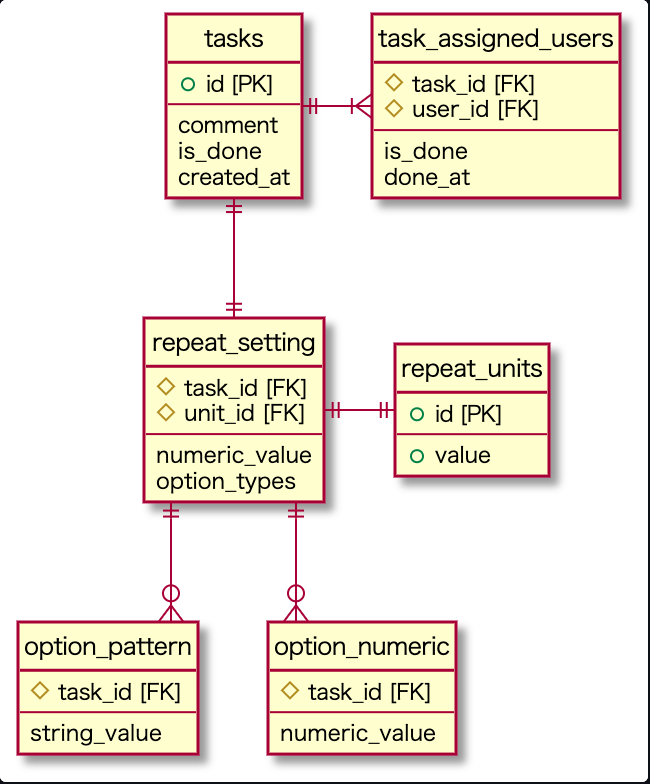
umirai/PrahaChallenge keeps this PlantUML diagram as db/modeling/04/er.png. Above is the earlier version. Its source is kept beside it as db/modeling/04/er.pu. Source of this version:
```plantuml
@startuml

hide circle
skinparam linetype ortho


entity "tasks" {
  + id [PK]
  --
  comment    /'タスクを振るときのコメント'/
  is_done    /'完了フラグ（0で未完了、1で全員完了）：非正規化のため、task_assigned_users.is_doneを参照してもOK'/
  created_at /'タスク作成日'/
}


entity "task_assigned_users" {
  # task_id [FK]
  # user_id [FK]
  --
  is_done /'完了フラグ（0で未完了、1で完了）'/
  done_at /'タスク完了日'/
}


entity "repeat_setting" {
  # task_id [FK]  /'タスクID'/
  # unit_id [FK]  /'単位ID'/
  --
  numeric_value   /'数値'/
  option_types    /'オプションタイプ（0でオプションなし、1でoption_pattern、2でoption_numeric）'/
}


entity "repeat_units" {
  + id [PK]
  --
  + value /'hour, daily, weekly, monthy, yearlyの４種類'/
}


entity "option_pattern" {
  # task_id [FK]
  --
  string_value
}


entity "option_numeric" {
  # task_id [FK]
  --
  numeric_value
}


tasks ||-r-|{ task_assigned_users
tasks ||--|| repeat_setting
repeat_setting ||-r-|| repeat_units
repeat_setting ||--o{ option_pattern
repeat_setting ||--o{ option_numeric

@enduml
```
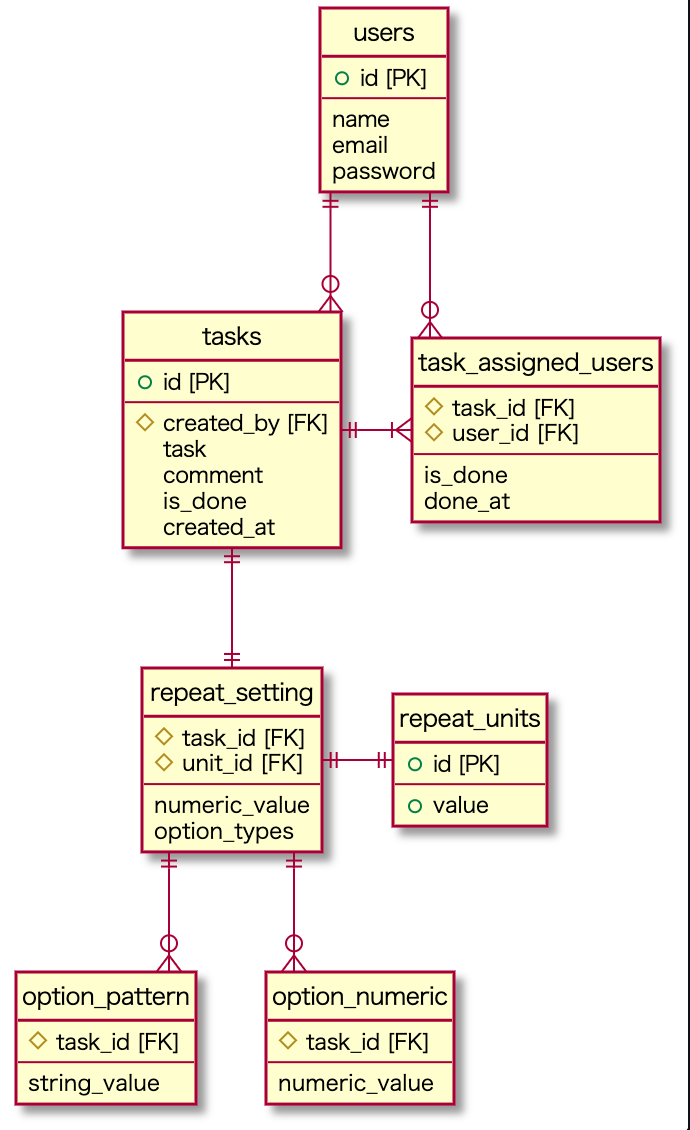
Above is the later version.

Commit message:
[Fix]Usersテーブルを追加

What changed in the source:
```diff
@@ -7,6 +7,8 @@
 entity "tasks" {
   + id [PK]
   --
+  # created_by [FK] /'作成者'/
+  task       /'タスクタイトル'/
   comment    /'タスクを振るときのコメント'/
   is_done    /'完了フラグ（0で未完了、1で全員完了）：非正規化のため、task_assigned_users.is_doneを参照してもOK'/
   created_at /'タスク作成日'/
@@ -19,6 +21,14 @@
   --
   is_done /'完了フラグ（0で未完了、1で完了）'/
   done_at /'タスク完了日'/
+}
+
+entity "users" {
+  + id [PK]
+  --
+  name
+  email
+  password
 }
 
 
@@ -34,7 +44,7 @@
 entity "repeat_units" {
   + id [PK]
   --
-  + value /'hour, daily, weekly, monthy, yearlyの４種類'/
+  + value /'hour, daily, weekly, monthy, yearlyの5種類'/
 }
 
 
@@ -54,6 +64,8 @@
 
 tasks ||-r-|{ task_assigned_users
 tasks ||--|| repeat_setting
+tasks }o-u-|| users
+users ||--o{ task_assigned_users
 repeat_setting ||-r-|| repeat_units
 repeat_setting ||--o{ option_pattern
 repeat_setting ||--o{ option_numeric
```
